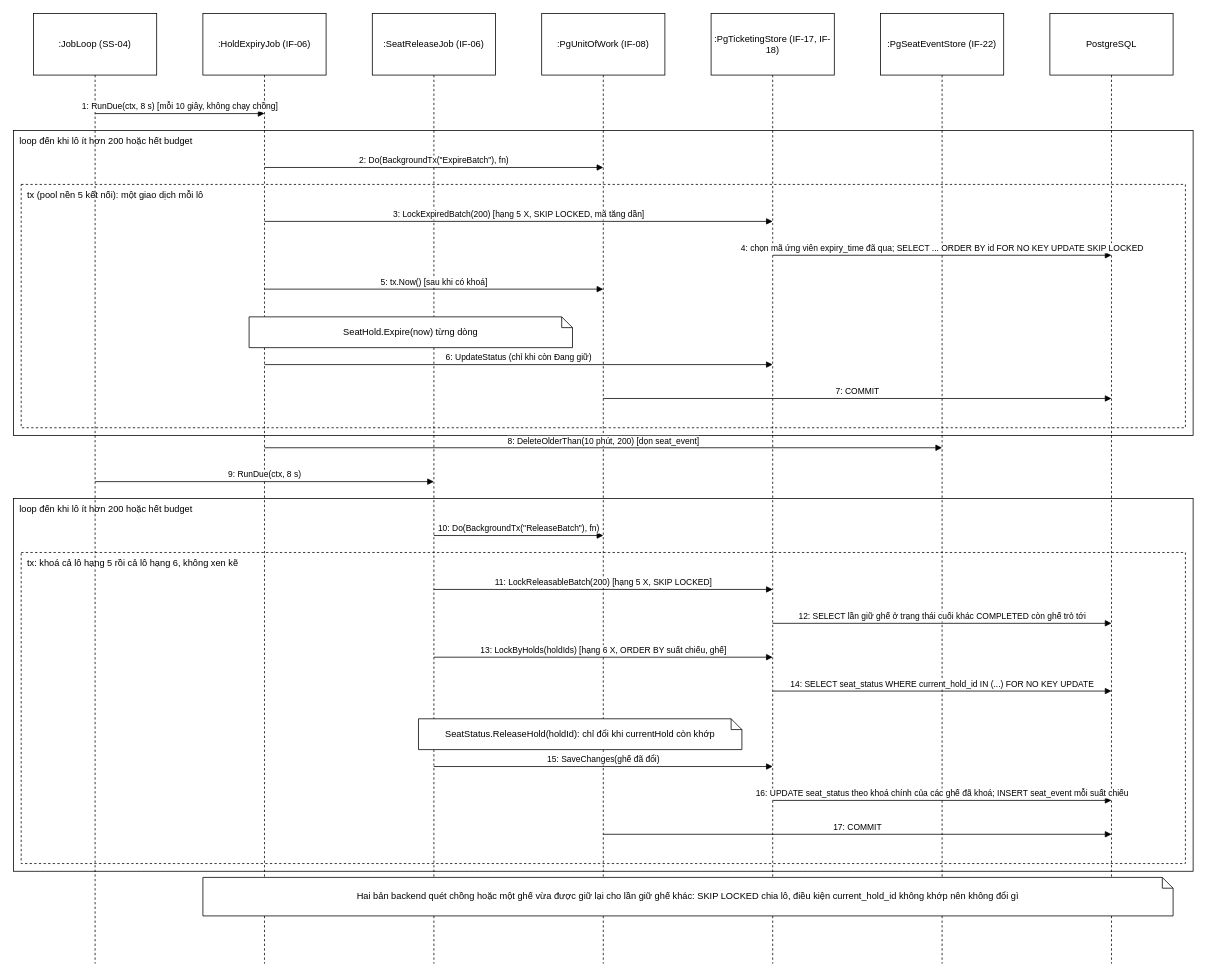
Above: design/diagrams/P12-sequence-expiry-sweep.drawio in luytbq/app-dat-ve-xem-phim (draw.io), before the change. Source tidied: cells renumbered, new cells numbered last; positions are measured from the earlier drawing's top-left corner, leaving out a move shared by most shapes. Both pictures are drawn from the tidied source at 77%, with x=0, y=0 at pixel (13, 13).
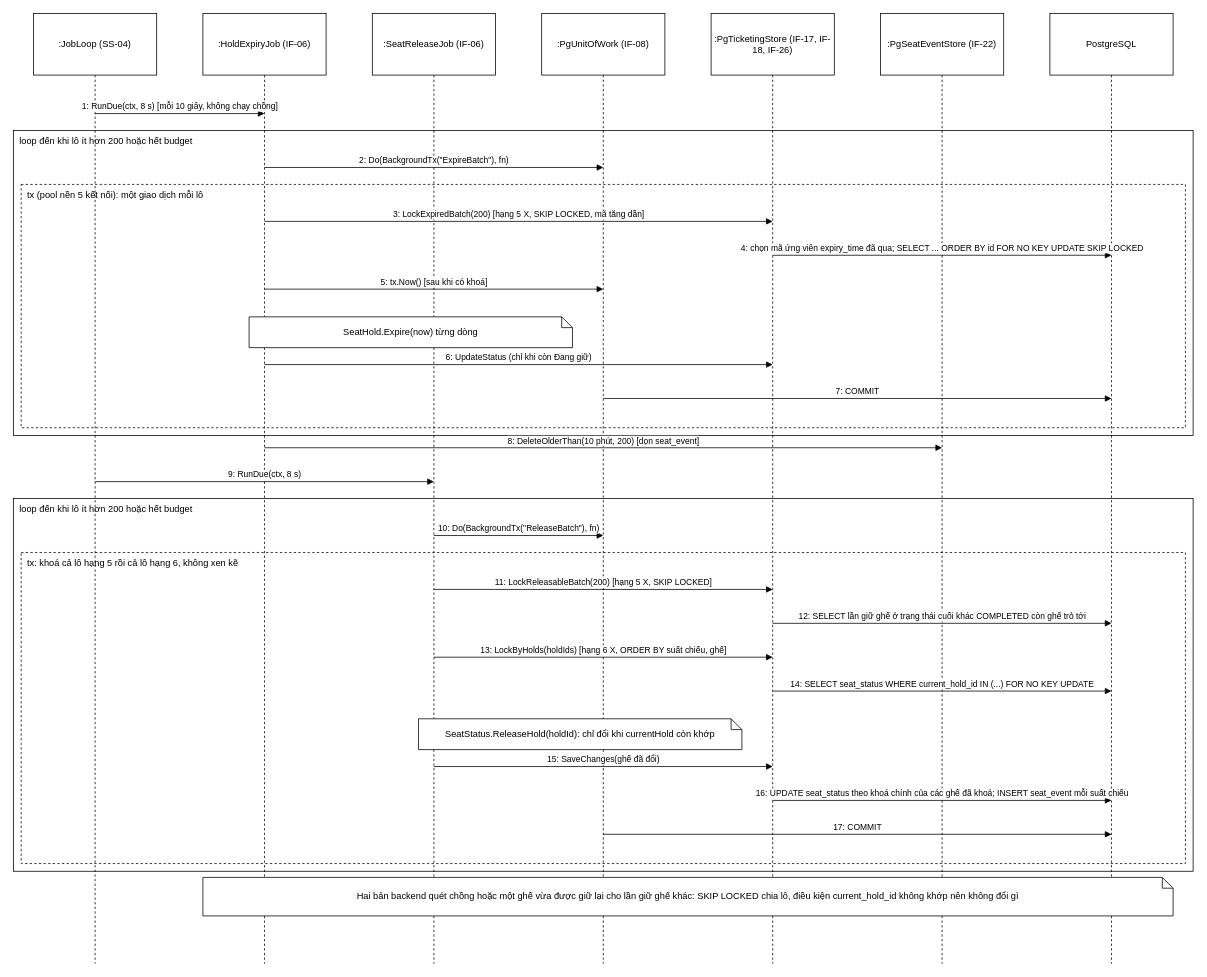
The same page after the edit.

Diff of the diagram source:
```diff
@@
-    <mxCell id="6" value=":PgTicketingStore (IF-17, IF-18)" style="shape=umlLifeline;perimeter=lifelinePerimeter;html=1;whiteSpace=wrap;size=80;" parent="1" vertex="1">
+    <mxCell id="6" value=":PgTicketingStore (IF-17, IF-18, IF-26)" style="shape=umlLifeline;perimeter=lifelinePerimeter;html=1;whiteSpace=wrap;size=80;" parent="1" vertex="1">
       <mxGeometry x="906" width="160" height="1234" as="geometry" />
     </mxCell>
```
